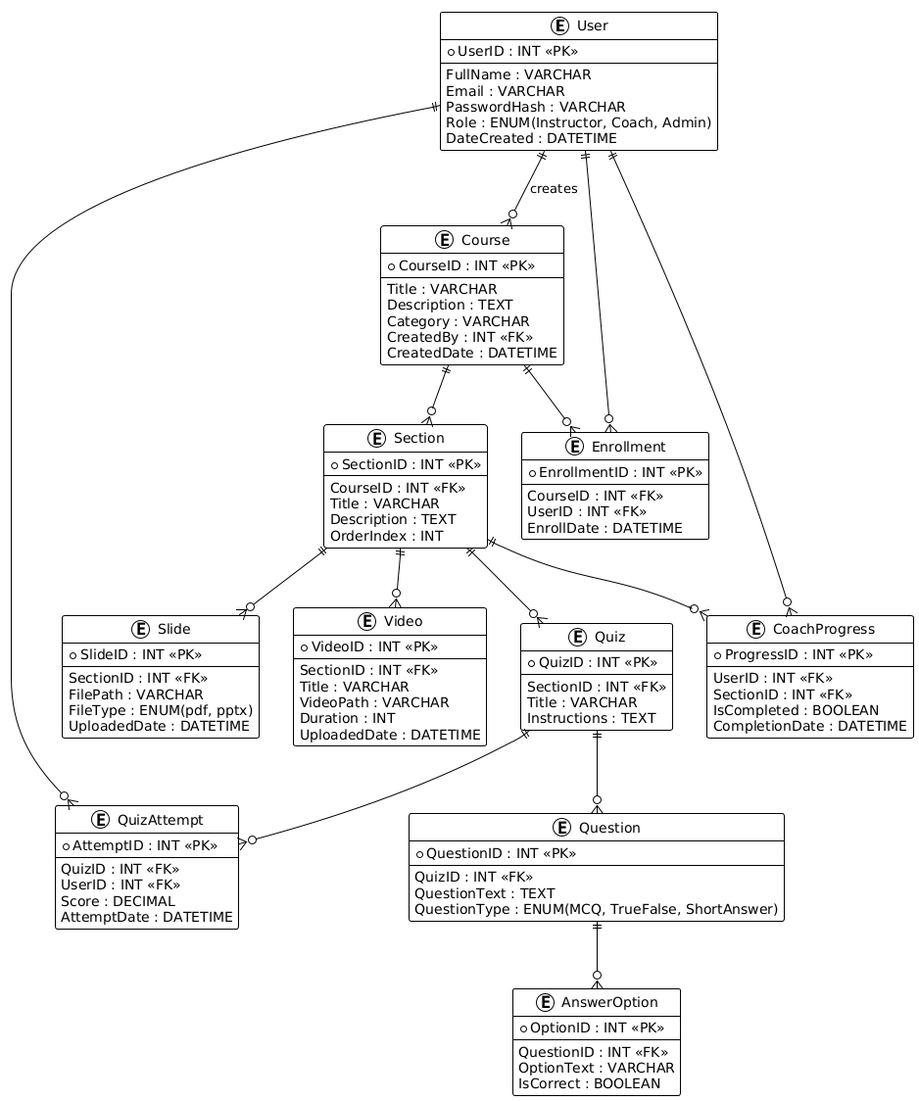
Above: Fit-Course/ERD/ERd.png in ziad73/Fit-Course (PlantUML), before the change. Source of this version:
```plantuml
@startuml
!theme plain

entity "User" as User {
  * UserID : INT <<PK>>
  --
  FullName : VARCHAR
  Email : VARCHAR
  PasswordHash : VARCHAR
  Role : ENUM(Instructor, Coach, Admin)
  DateCreated : DATETIME
}

entity "Course" as Course {
  * CourseID : INT <<PK>>
  --
  Title : VARCHAR
  Description : TEXT
  Category : VARCHAR
  CreatedBy : INT <<FK>>
  CreatedDate : DATETIME
}

entity "Section" as Section {
  * SectionID : INT <<PK>>
  --
  CourseID : INT <<FK>>
  Title : VARCHAR
  Description : TEXT
  OrderIndex : INT
}

entity "Slide" as Slide {
  * SlideID : INT <<PK>>
  --
  SectionID : INT <<FK>>
  FilePath : VARCHAR
  FileType : ENUM(pdf, pptx)
  UploadedDate : DATETIME
}

entity "Video" as Video {
  * VideoID : INT <<PK>>
  --
  SectionID : INT <<FK>>
  Title : VARCHAR
  VideoPath : VARCHAR
  Duration : INT
  UploadedDate : DATETIME
}

entity "Quiz" as Quiz {
  * QuizID : INT <<PK>>
  --
  SectionID : INT <<FK>>
  Title : VARCHAR
  Instructions : TEXT
}

entity "Question" as Question {
  * QuestionID : INT <<PK>>
  --
  QuizID : INT <<FK>>
  QuestionText : TEXT
  QuestionType : ENUM(MCQ, TrueFalse, ShortAnswer)
}

entity "AnswerOption" as AnswerOption {
  * OptionID : INT <<PK>>
  --
  QuestionID : INT <<FK>>
  OptionText : VARCHAR
  IsCorrect : BOOLEAN
}

entity "Enrollment" as Enrollment {
  * EnrollmentID : INT <<PK>>
  --
  CourseID : INT <<FK>>
  UserID : INT <<FK>>
  EnrollDate : DATETIME
}

entity "QuizAttempt" as QuizAttempt {
  * AttemptID : INT <<PK>>
  --
  QuizID : INT <<FK>>
  UserID : INT <<FK>>
  Score : DECIMAL
  AttemptDate : DATETIME
}

entity "CoachProgress" as CoachProgress {
  * ProgressID : INT <<PK>>
  --
  UserID : INT <<FK>>
  SectionID : INT <<FK>>
  IsCompleted : BOOLEAN
  CompletionDate : DATETIME
}

User ||--o{ Course : "creates"
Course ||--o{ Section
Section ||--o{ Slide
Section ||--o{ Video
Section ||--o{ Quiz
Quiz ||--o{ Question
Question ||--o{ AnswerOption

User ||--o{ Enrollment
Course ||--o{ Enrollment

User ||--o{ QuizAttempt
Quiz ||--o{ QuizAttempt

User ||--o{ CoachProgress
Section ||--o{ CoachProgress
@enduml
```
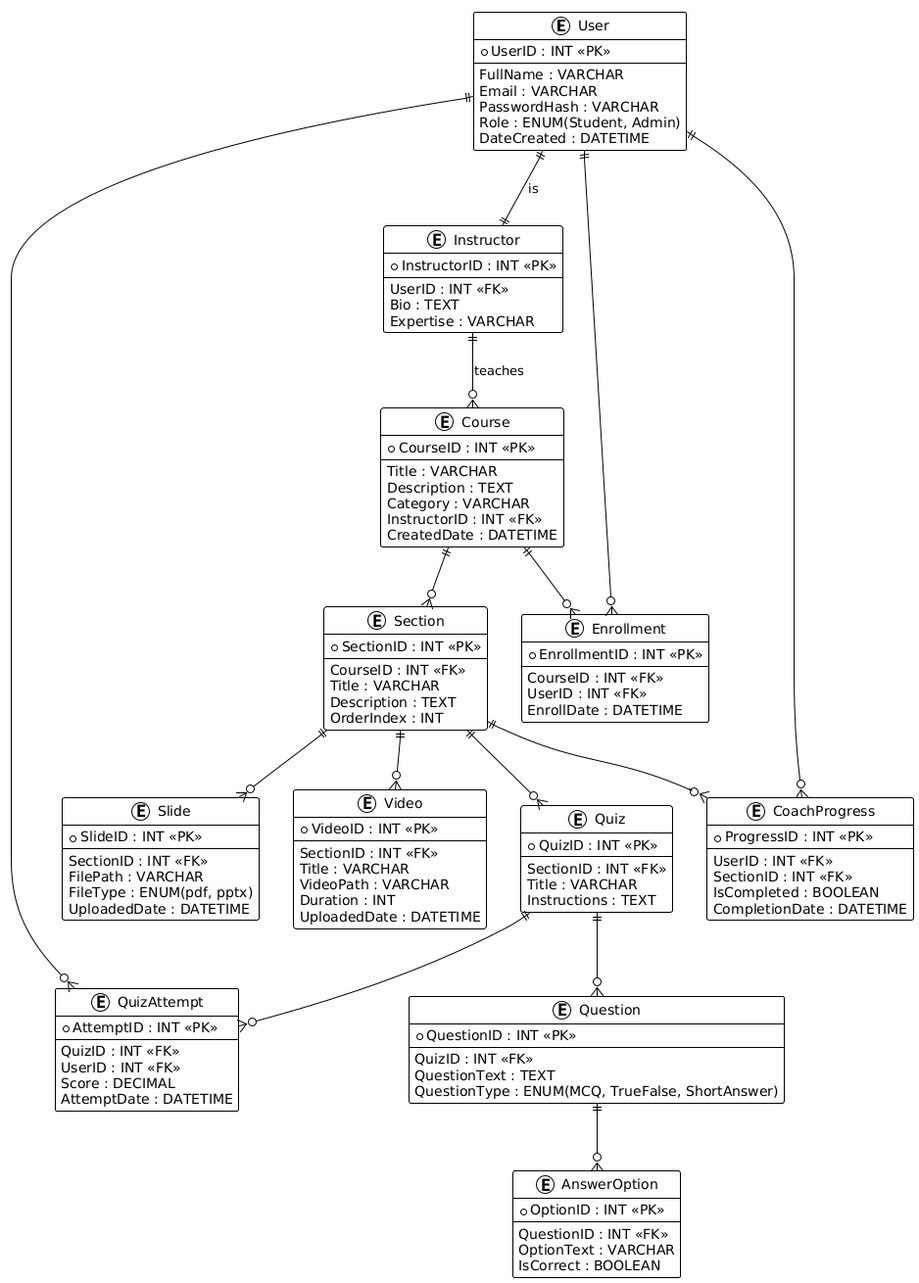
After the commit.

Commit message:
Seperate instructor from user and update ERD

Diff of the diagram source:
```diff
@@ -7,8 +7,16 @@
   FullName : VARCHAR
   Email : VARCHAR
   PasswordHash : VARCHAR
-  Role : ENUM(Instructor, Coach, Admin)
+  Role : ENUM(Student, Admin)
   DateCreated : DATETIME
+}
+
+entity "Instructor" as Instructor {
+  * InstructorID : INT <<PK>>
+  --
+  UserID : INT <<FK>>
+  Bio : TEXT
+  Expertise : VARCHAR
 }
 
 entity "Course" as Course {
@@ -17,7 +25,7 @@
   Title : VARCHAR
   Description : TEXT
   Category : VARCHAR
-  CreatedBy : INT <<FK>>
+  InstructorID : INT <<FK>>
   CreatedDate : DATETIME
 }
 
@@ -99,7 +107,8 @@
   CompletionDate : DATETIME
 }
 
-User ||--o{ Course : "creates"
+User ||--|| Instructor : "is"
+Instructor ||--o{ Course : "teaches"
 Course ||--o{ Section
 Section ||--o{ Slide
 Section ||--o{ Video
```
